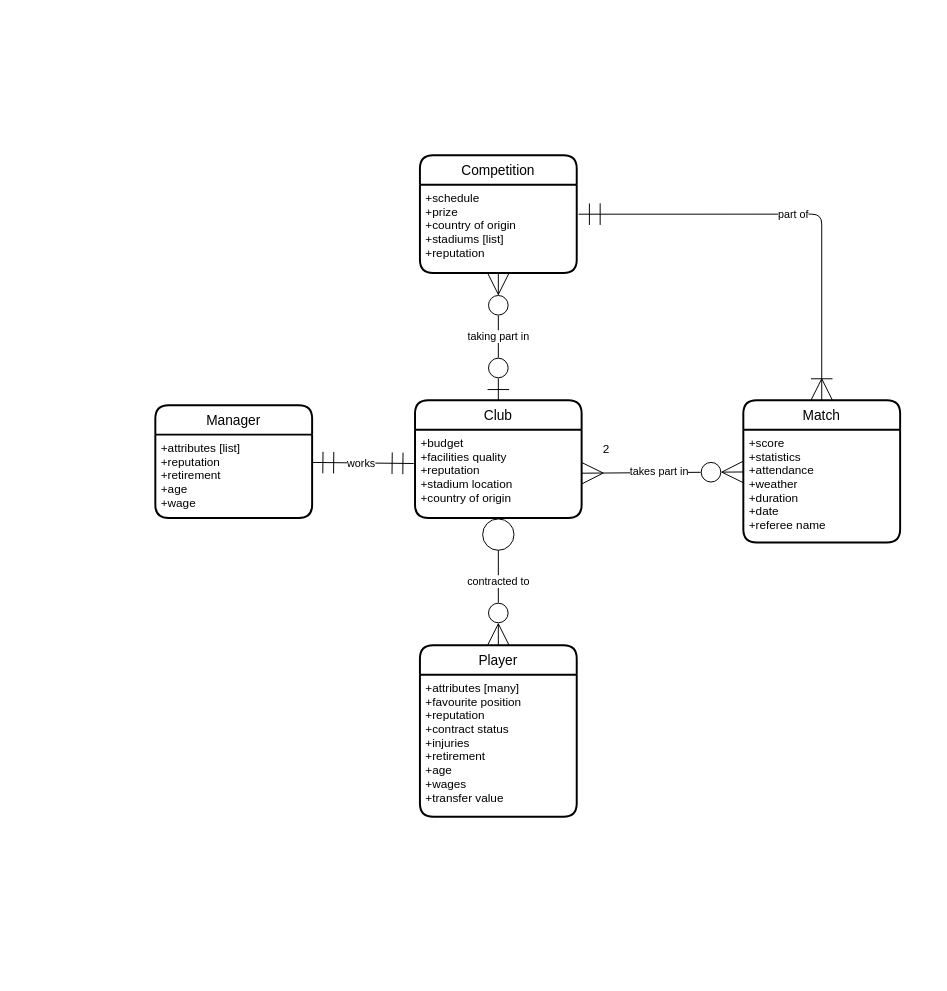
This is er-diagram/er-diagram.drawio from kuchyx/EDABA-LAB, a draw.io file, before an edit. Source tidied: cells renumbered, new cells numbered last; positions are measured from the earlier drawing's top-left corner, leaving out a move shared by most shapes. Both pictures are drawn from the tidied source at 98%, with x=0, y=0 at pixel (155, 155).
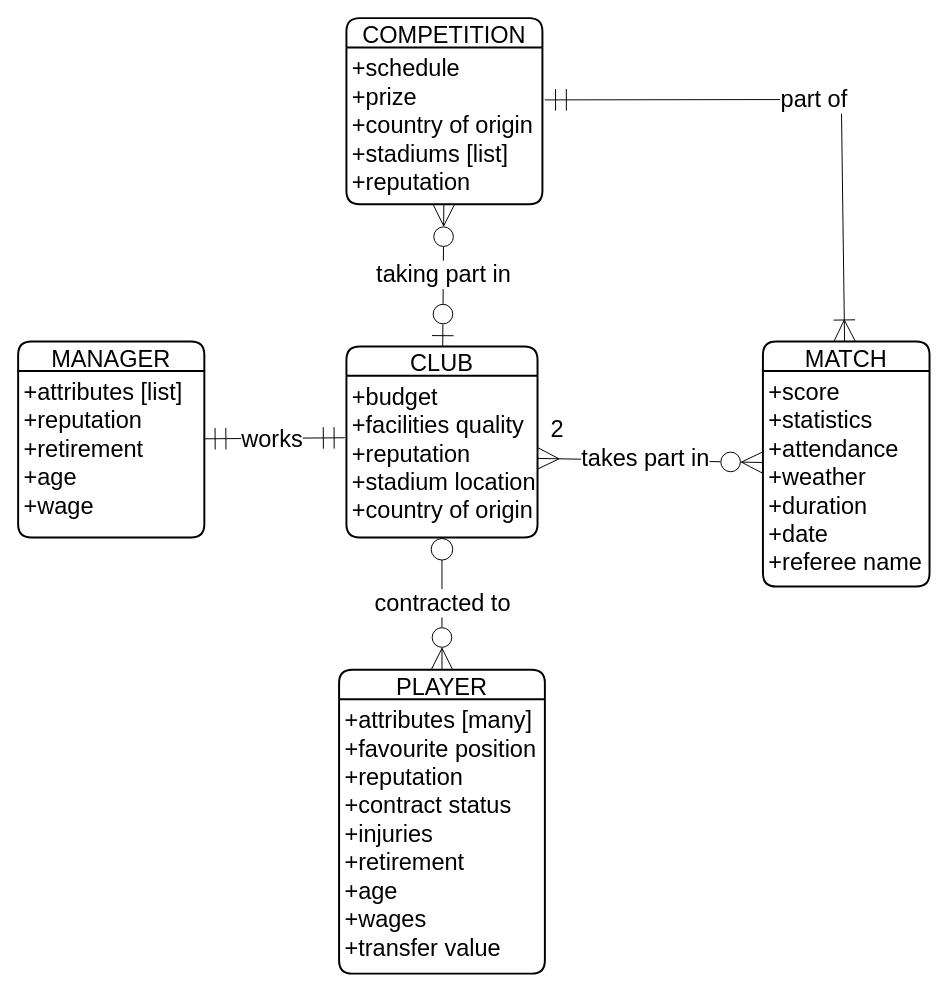
The same page after the edit.

Diff of the diagram source:
```diff
@@
 <mxGraphModel>
   <root>
     <mxCell id="0" />
     <mxCell id="1" parent="0" />
-    <mxCell id="2" value="contracted to" style="edgeStyle=none;html=1;startArrow=ERzeroToMany;startFill=0;endArrow=circle;endFill=0;startSize=20;endSize=15;" parent="1" edge="1" source="3" target="7">
+    <mxCell id="2" value="contracted to" style="edgeStyle=none;html=1;startArrow=ERzeroToMany;startFill=0;endArrow=circle;endFill=0;startSize=20;endSize=10;fontSize=24;" parent="1" edge="1" source="3" target="7">
       <mxGeometry relative="1" as="geometry" />
     </mxCell>
-    <mxCell id="3" value="Player" style="swimlane;horizontal=1;startSize=30;rounded=1;fontSize=14;fontStyle=0;strokeWidth=2;shadow=0;dashed=0;align=center;" parent="1" vertex="1">
-      <mxGeometry x="270" y="500" width="160" height="175" as="geometry" />
+    <mxCell id="3" value="PLAYER" style="swimlane;horizontal=1;startSize=30;rounded=1;fontSize=24;fontStyle=0;strokeWidth=2;shadow=0;dashed=0;align=center;" parent="1" vertex="1">
+      <mxGeometry x="187.5" y="525" width="210" height="310" as="geometry" />
     </mxCell>
-    <mxCell id="4" value="+attributes [many] &#10;+favourite position&#10;+reputation&#10;+contract status&#10;+injuries&#10;+retirement&#10;+age&#10;+wages&#10;+transfer value" style="align=left;strokeColor=none;fillColor=none;spacingLeft=4;fontSize=12;verticalAlign=top;" parent="3" vertex="1">
-      <mxGeometry y="30" width="160" height="145" as="geometry" />
+    <mxCell id="4" value="+attributes [many] &#10;+favourite position&#10;+reputation&#10;+contract status&#10;+injuries&#10;+retirement&#10;+age&#10;+wages&#10;+transfer value" style="align=left;strokeColor=none;fillColor=none;spacingLeft=4;fontSize=24;verticalAlign=top;" parent="3" vertex="1">
+      <mxGeometry y="30" width="210" height="280" as="geometry" />
     </mxCell>
-    <mxCell id="5" value="taking part in" style="edgeStyle=none;html=1;startArrow=ERzeroToOne;startFill=0;endArrow=ERzeroToMany;endFill=0;startSize=20;endSize=20;" parent="1" edge="1" source="6" target="15">
+    <mxCell id="5" value="taking part in" style="edgeStyle=none;html=1;startArrow=ERzeroToOne;startFill=0;endArrow=ERzeroToMany;endFill=0;startSize=20;endSize=20;fontSize=24;" parent="1" edge="1" source="6" target="15">
       <mxGeometry relative="1" as="geometry" />
     </mxCell>
-    <mxCell id="6" value="Club" style="swimlane;horizontal=1;startSize=30;rounded=1;fontSize=14;fontStyle=0;strokeWidth=2;shadow=0;dashed=0;align=center;" parent="1" vertex="1">
-      <mxGeometry x="265" y="250" width="170" height="120" as="geometry" />
+    <mxCell id="6" value="CLUB" style="swimlane;horizontal=1;startSize=30;rounded=1;fontSize=24;fontStyle=0;strokeWidth=2;shadow=0;dashed=0;align=center;" parent="1" vertex="1">
+      <mxGeometry x="195" y="195" width="195" height="195" as="geometry" />
     </mxCell>
-    <mxCell id="7" value="+budget&#10;+facilities quality&#10;+reputation&#10;+stadium location&#10;+country of origin" style="align=left;strokeColor=none;fillColor=none;spacingLeft=4;fontSize=12;verticalAlign=top;" parent="6" vertex="1">
-      <mxGeometry y="30" width="170" height="90" as="geometry" />
+    <mxCell id="7" value="+budget&#10;+facilities quality&#10;+reputation&#10;+stadium location&#10;+country of origin" style="align=left;strokeColor=none;fillColor=none;spacingLeft=4;fontSize=24;verticalAlign=top;" parent="6" vertex="1">
+      <mxGeometry y="30" width="195" height="165" as="geometry" />
     </mxCell>
-    <mxCell id="8" value="part of" style="edgeStyle=none;html=1;entryX=1.012;entryY=0.334;entryDx=0;entryDy=0;entryPerimeter=0;startArrow=ERoneToMany;startFill=0;endArrow=ERmandOne;endFill=0;startSize=20;endSize=20;" parent="1" edge="1" source="9" target="15">
+    <mxCell id="8" value="part of" style="edgeStyle=none;html=1;entryX=1.012;entryY=0.334;entryDx=0;entryDy=0;entryPerimeter=0;startArrow=ERoneToMany;startFill=0;endArrow=ERmandOne;endFill=0;startSize=20;endSize=20;fontSize=24;" parent="1" edge="1" source="9" target="15">
       <mxGeometry relative="1" as="geometry">
         <Array as="points">
-          <mxPoint x="680" y="60" />
+          <mxPoint x="700" y="-57" />
         </Array>
       </mxGeometry>
     </mxCell>
-    <mxCell id="9" value="Match" style="swimlane;horizontal=1;startSize=30;rounded=1;fontSize=14;fontStyle=0;strokeWidth=2;shadow=0;dashed=0;align=center;" parent="1" vertex="1">
-      <mxGeometry x="600" y="250" width="160" height="145" as="geometry" />
+    <mxCell id="9" value="MATCH" style="swimlane;horizontal=1;startSize=30;rounded=1;fontSize=24;fontStyle=0;strokeWidth=2;shadow=0;dashed=0;align=center;" parent="1" vertex="1">
+      <mxGeometry x="620" y="190" width="170" height="250" as="geometry" />
     </mxCell>
-    <mxCell id="10" value="+score&#10;+statistics&#10;+attendance&#10;+weather&#10;+duration&#10;+date&#10;+referee name" style="align=left;strokeColor=none;fillColor=none;spacingLeft=4;fontSize=12;verticalAlign=top;" parent="9" vertex="1">
-      <mxGeometry y="30" width="160" height="115" as="geometry" />
+    <mxCell id="10" value="+score&#10;+statistics&#10;+attendance&#10;+weather&#10;+duration&#10;+date&#10;+referee name" style="align=left;strokeColor=none;fillColor=none;spacingLeft=4;fontSize=24;verticalAlign=top;" parent="9" vertex="1">
+      <mxGeometry y="30" width="170" height="220" as="geometry" />
     </mxCell>
-    <mxCell id="11" value="works" style="edgeStyle=none;html=1;startArrow=ERmandOne;startFill=0;endArrow=ERmandOne;endFill=0;startSize=20;endSize=20;entryX=-0.008;entryY=0.383;entryDx=0;entryDy=0;entryPerimeter=0;" parent="1" edge="1" source="12" target="7">
+    <mxCell id="11" value="works" style="edgeStyle=none;html=1;startArrow=ERmandOne;startFill=0;endArrow=ERmandOne;endFill=0;startSize=20;endSize=20;entryX=-0.008;entryY=0.383;entryDx=0;entryDy=0;entryPerimeter=0;fontSize=24;" parent="1" edge="1" source="12" target="7">
       <mxGeometry x="-0.04" y="-1" relative="1" as="geometry" />
     </mxCell>
-    <mxCell id="12" value="Manager" style="swimlane;horizontal=1;startSize=30;rounded=1;fontSize=14;fontStyle=0;strokeWidth=2;shadow=0;dashed=0;align=center;" parent="1" vertex="1">
-      <mxGeometry y="255" width="160" height="115" as="geometry" />
+    <mxCell id="12" value="MANAGER" style="swimlane;horizontal=1;startSize=30;rounded=1;fontSize=24;fontStyle=0;strokeWidth=2;shadow=0;dashed=0;align=center;" parent="1" vertex="1">
+      <mxGeometry x="-140" y="190" width="190" height="200" as="geometry" />
     </mxCell>
-    <mxCell id="13" value="+attributes [list]&#10;+reputation&#10;+retirement&#10;+age&#10;+wage" style="align=left;strokeColor=none;fillColor=none;spacingLeft=4;fontSize=12;verticalAlign=top;" parent="12" vertex="1">
-      <mxGeometry y="30" width="160" height="85" as="geometry" />
+    <mxCell id="13" value="+attributes [list]&#10;+reputation&#10;+retirement&#10;+age&#10;+wage" style="align=left;strokeColor=none;fillColor=none;spacingLeft=4;fontSize=24;verticalAlign=top;" parent="12" vertex="1">
+      <mxGeometry y="30" width="190" height="170" as="geometry" />
     </mxCell>
-    <mxCell id="14" value="Competition" style="swimlane;horizontal=1;startSize=30;rounded=1;fontSize=14;fontStyle=0;strokeWidth=2;shadow=0;dashed=0;align=center;" parent="1" vertex="1">
-      <mxGeometry x="270" width="160" height="120" as="geometry" />
+    <mxCell id="14" value="COMPETITION" style="swimlane;horizontal=1;startSize=30;rounded=1;fontSize=24;fontStyle=0;strokeWidth=2;shadow=0;dashed=0;align=center;" parent="1" vertex="1">
+      <mxGeometry x="195" y="-140" width="200" height="190" as="geometry" />
     </mxCell>
-    <mxCell id="15" value="+schedule&#10;+prize&#10;+country of origin&#10;+stadiums [list]&#10;+reputation" style="align=left;strokeColor=none;fillColor=none;spacingLeft=4;fontSize=12;verticalAlign=top;" parent="14" vertex="1">
-      <mxGeometry y="30" width="160" height="90" as="geometry" />
+    <mxCell id="15" value="+schedule&#10;+prize&#10;+country of origin&#10;+stadiums [list]&#10;+reputation" style="align=left;strokeColor=none;fillColor=none;spacingLeft=4;fontSize=24;verticalAlign=top;" parent="14" vertex="1">
+      <mxGeometry y="30" width="200" height="160" as="geometry" />
     </mxCell>
-    <mxCell id="16" value="takes part in" style="edgeStyle=none;html=1;startArrow=ERmany;startFill=0;endArrow=ERzeroToMany;endFill=0;startSize=20;endSize=20;" parent="1" edge="1" source="7" target="9">
+    <mxCell id="16" value="takes part in" style="edgeStyle=none;html=1;startArrow=ERmany;startFill=0;endArrow=ERzeroToMany;endFill=0;startSize=20;endSize=20;fontSize=24;" parent="1" edge="1" source="7" target="9">
       <mxGeometry x="-0.04" y="1" relative="1" as="geometry" />
     </mxCell>
-    <mxCell id="17" value="2" style="text;html=1;align=center;verticalAlign=middle;strokeColor=none;fillColor=none;" parent="1" vertex="1">
-      <mxGeometry x="450" y="290" width="20" height="20" as="geometry" />
+    <mxCell id="17" value="2" style="text;html=1;align=center;verticalAlign=middle;strokeColor=none;fillColor=none;fontSize=24;" parent="1" vertex="1">
+      <mxGeometry x="390" y="260" width="40" height="40" as="geometry" />
     </mxCell>
   </root>
 </mxGraphModel>
```
